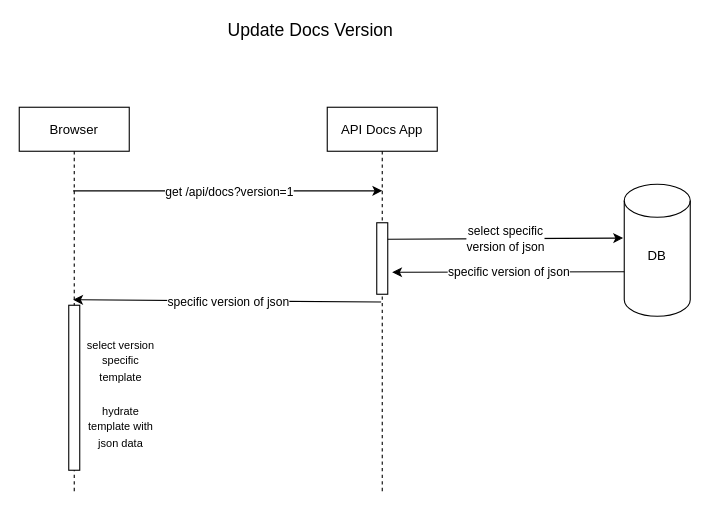
Before: ReChargeApiDocs/Update Docs Version.drawio in alexrsunrise/diagrams, a draw.io diagram. Source tidied: cells renumbered, new cells numbered last; positions are measured from the earlier drawing's top-left corner, leaving out a move shared by most shapes. Both pictures are drawn from the tidied source at 110%, with x=0, y=0 at pixel (19, 19).
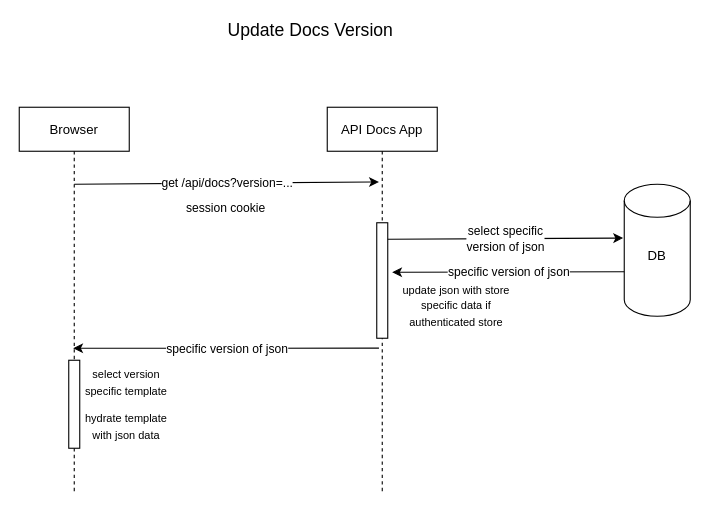
The same diagram, later.

Unchanged cells that the change refers to:
```xml
<mxCell id="2" value="Browser" style="shape=umlLifeline;perimeter=lifelinePerimeter;rounded=0;shadow=0;strokeWidth=1;" parent="1" vertex="1">
  <mxGeometry y="80" width="100" height="350" as="geometry" />
</mxCell>
<mxCell id="3" value="API Docs App" style="shape=umlLifeline;perimeter=lifelinePerimeter;rounded=0;shadow=0;strokeWidth=1;" parent="1" vertex="1">
  <mxGeometry x="280" y="80" width="100" height="350" as="geometry" />
</mxCell>
```

What changed in the source:
```diff
@@
     <mxCell id="7" style="rounded=0;whiteSpace=wrap;html=1;" parent="1" vertex="1">
-      <mxGeometry x="325" y="185" width="10" height="65" as="geometry" />
+      <mxGeometry x="325" y="185" width="10" height="105" as="geometry" />
     </mxCell>
@@
-    <mxCell id="12" style="endArrow=classic;html=1;exitX=0.53;exitY=0.506;exitDx=0;exitDy=0;exitPerimeter=0;" parent="1" edge="1">
+    <mxCell id="12" style="endArrow=classic;html=1;entryX=0.49;entryY=0.626;entryDx=0;entryDy=0;entryPerimeter=0;" parent="1" edge="1" target="2">
       <mxGeometry relative="1" as="geometry">
-        <mxPoint x="329" y="257.1" as="sourcePoint" />
-        <mxPoint x="49" y="255" as="targetPoint" />
+        <mxPoint x="327" y="299" as="sourcePoint" />
       </mxGeometry>
     </mxCell>
@@
     <mxCell id="14" style="rounded=0;whiteSpace=wrap;html=1;" parent="1" vertex="1">
-      <mxGeometry x="45" y="260" width="10" height="150" as="geometry" />
+      <mxGeometry x="45" y="310" width="10" height="80" as="geometry" />
     </mxCell>
     <mxCell id="15" value="&lt;font style=&quot;font-size: 10px&quot;&gt;hydrate template with json data&lt;/font&gt;" style="text;html=1;strokeColor=none;fillColor=none;align=center;verticalAlign=middle;whiteSpace=wrap;rounded=0;" parent="1" vertex="1">
-      <mxGeometry x="55" y="360" width="75" height="20" as="geometry" />
+      <mxGeometry x="55" y="360" width="85" height="20" as="geometry" />
     </mxCell>
-    <mxCell id="16" style="endArrow=classic;html=1;entryX=0.48;entryY=0.217;entryDx=0;entryDy=0;entryPerimeter=0;" parent="1" edge="1">
-      <mxGeometry relative="1" as="geometry">
-        <mxPoint x="49" y="156" as="sourcePoint" />
-        <mxPoint x="330" y="156" as="targetPoint" />
-      </mxGeometry>
-    </mxCell>
-    <mxCell id="17" value="get /api/docs?version=1" style="edgeLabel;html=1;align=center;verticalAlign=middle;" parent="16" vertex="1">
-      <mxGeometry relative="1" as="geometry" />
-    </mxCell>
     <mxCell id="18" value="&lt;font style=&quot;font-size: 10px&quot;&gt;select version&lt;br&gt;specific template&lt;br&gt;&lt;/font&gt;" style="text;html=1;strokeColor=none;fillColor=none;align=center;verticalAlign=middle;whiteSpace=wrap;rounded=0;" parent="1" vertex="1">
-      <mxGeometry x="55" y="300" width="75" height="20" as="geometry" />
+      <mxGeometry x="55" y="320" width="85" height="20" as="geometry" />
     </mxCell>
+    <mxCell id="19" value="&lt;font style=&quot;font-size: 10px&quot;&gt;update json with store specific data if authenticated store&lt;/font&gt;" style="text;html=1;strokeColor=none;fillColor=none;align=center;verticalAlign=middle;whiteSpace=wrap;rounded=0;" parent="1" vertex="1">
+      <mxGeometry x="335" y="250" width="125" height="20" as="geometry" />
+    </mxCell>
+    <mxCell id="20" style="endArrow=classic;html=1;entryX=0.47;entryY=0.194;entryDx=0;entryDy=0;entryPerimeter=0;exitX=0.5;exitY=0.2;exitDx=0;exitDy=0;exitPerimeter=0;" parent="1" edge="1" source="2" target="3">
+      <mxGeometry relative="1" as="geometry" />
+    </mxCell>
+    <mxCell id="21" value="get /api/docs?version=..." style="edgeLabel;html=1;align=center;verticalAlign=middle;" parent="20" vertex="1">
+      <mxGeometry relative="1" as="geometry" />
+    </mxCell>
+    <mxCell id="22" value="session cookie" style="edgeLabel;html=1;align=left;verticalAlign=bottom;" parent="20" vertex="1">
+      <mxGeometry x="-1" relative="1" as="geometry">
+        <mxPoint x="100" y="30" as="offset" />
+      </mxGeometry>
+    </mxCell>
```
